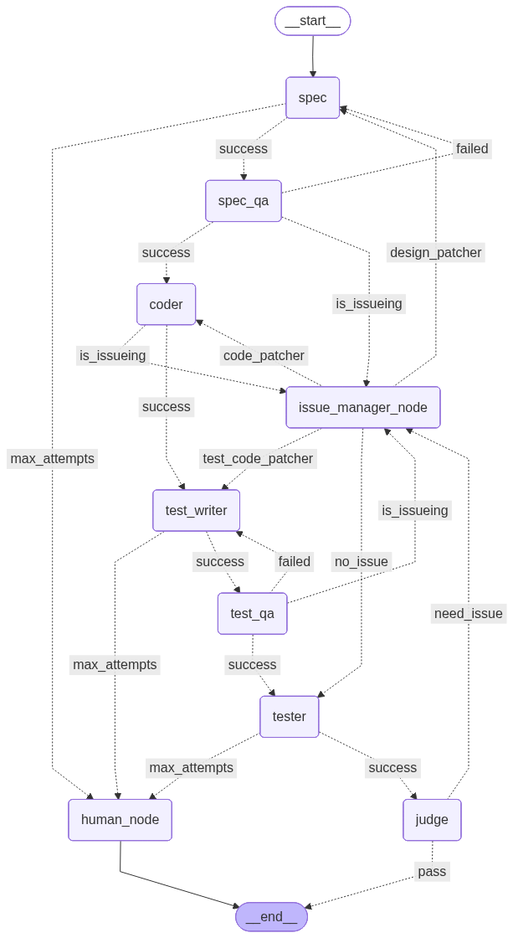
ddongzi/someai keeps this Mermaid diagram as workflow.png. Above is the earlier version. Its source is kept beside it as workflow.mmd. Source of this version:
```mermaid
---
config:
  flowchart:
    curve: linear
---
graph TD;
	__start__([<p>__start__</p>]):::first
	spec(spec)
	spec_qa(spec_qa)
	coder(coder)
	test_writer(test_writer)
	test_qa(test_qa)
	tester(tester)
	human_node(human_node)
	judge(judge)
	issue_manager_node(issue_manager_node)
	__end__([<p>__end__</p>]):::last
	__start__ --> spec;
	coder -. &nbsp;is_issueing&nbsp; .-> issue_manager_node;
	coder -. &nbsp;success&nbsp; .-> test_writer;
	issue_manager_node -. &nbsp;code_patcher&nbsp; .-> coder;
	issue_manager_node -. &nbsp;design_patcher&nbsp; .-> spec;
	issue_manager_node -. &nbsp;test_code_patcher&nbsp; .-> test_writer;
	issue_manager_node -. &nbsp;no_issue&nbsp; .-> tester;
	judge -. &nbsp;pass&nbsp; .-> __end__;
	judge -. &nbsp;need_issue&nbsp; .-> issue_manager_node;
	spec -. &nbsp;max_attempts&nbsp; .-> human_node;
	spec -. &nbsp;success&nbsp; .-> spec_qa;
	spec_qa -. &nbsp;success&nbsp; .-> coder;
	spec_qa -. &nbsp;is_issueing&nbsp; .-> issue_manager_node;
	spec_qa -. &nbsp;failed&nbsp; .-> spec;
	test_qa -. &nbsp;is_issueing&nbsp; .-> issue_manager_node;
	test_qa -. &nbsp;failed&nbsp; .-> test_writer;
	test_qa -. &nbsp;success&nbsp; .-> tester;
	test_writer -. &nbsp;max_attempts&nbsp; .-> human_node;
	test_writer -. &nbsp;success&nbsp; .-> test_qa;
	tester -. &nbsp;max_attempts&nbsp; .-> human_node;
	tester -. &nbsp;success&nbsp; .-> judge;
	human_node --> __end__;
	classDef default fill:#f2f0ff,line-height:1.2
	classDef first fill-opacity:0
	classDef last fill:#bfb6fc
```
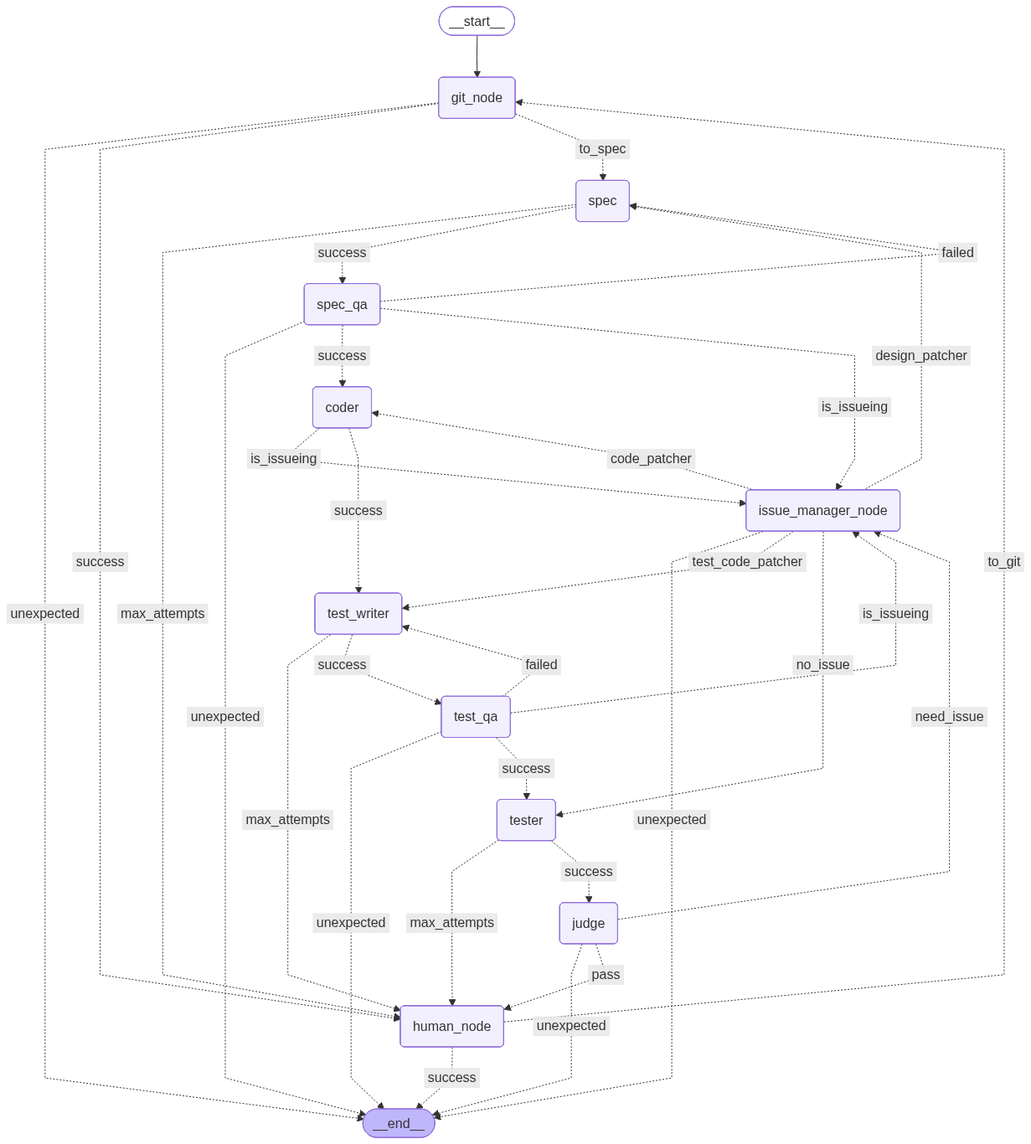
After the commit.

What changed in the source:
```diff
@@ -5,6 +5,7 @@
 ---
 graph TD;
 	__start__([<p>__start__</p>]):::first
+	git_node(git_node)
 	spec(spec)
 	spec_qa(spec_qa)
 	coder(coder)
@@ -15,20 +16,29 @@
 	judge(judge)
 	issue_manager_node(issue_manager_node)
 	__end__([<p>__end__</p>]):::last
-	__start__ --> spec;
+	__start__ --> git_node;
 	coder -. &nbsp;is_issueing&nbsp; .-> issue_manager_node;
 	coder -. &nbsp;success&nbsp; .-> test_writer;
+	git_node -. &nbsp;unexpected&nbsp; .-> __end__;
+	git_node -. &nbsp;success&nbsp; .-> human_node;
+	git_node -. &nbsp;to_spec&nbsp; .-> spec;
+	human_node -. &nbsp;success&nbsp; .-> __end__;
+	human_node -. &nbsp;to_git&nbsp; .-> git_node;
+	issue_manager_node -. &nbsp;unexpected&nbsp; .-> __end__;
 	issue_manager_node -. &nbsp;code_patcher&nbsp; .-> coder;
 	issue_manager_node -. &nbsp;design_patcher&nbsp; .-> spec;
 	issue_manager_node -. &nbsp;test_code_patcher&nbsp; .-> test_writer;
 	issue_manager_node -. &nbsp;no_issue&nbsp; .-> tester;
-	judge -. &nbsp;pass&nbsp; .-> __end__;
+	judge -. &nbsp;unexpected&nbsp; .-> __end__;
+	judge -. &nbsp;pass&nbsp; .-> human_node;
 	judge -. &nbsp;need_issue&nbsp; .-> issue_manager_node;
 	spec -. &nbsp;max_attempts&nbsp; .-> human_node;
 	spec -. &nbsp;success&nbsp; .-> spec_qa;
+	spec_qa -. &nbsp;unexpected&nbsp; .-> __end__;
 	spec_qa -. &nbsp;success&nbsp; .-> coder;
 	spec_qa -. &nbsp;is_issueing&nbsp; .-> issue_manager_node;
 	spec_qa -. &nbsp;failed&nbsp; .-> spec;
+	test_qa -. &nbsp;unexpected&nbsp; .-> __end__;
 	test_qa -. &nbsp;is_issueing&nbsp; .-> issue_manager_node;
 	test_qa -. &nbsp;failed&nbsp; .-> test_writer;
 	test_qa -. &nbsp;success&nbsp; .-> tester;
@@ -36,7 +46,6 @@
 	test_writer -. &nbsp;success&nbsp; .-> test_qa;
 	tester -. &nbsp;max_attempts&nbsp; .-> human_node;
 	tester -. &nbsp;success&nbsp; .-> judge;
-	human_node --> __end__;
 	classDef default fill:#f2f0ff,line-height:1.2
 	classDef first fill-opacity:0
 	classDef last fill:#bfb6fc
```
